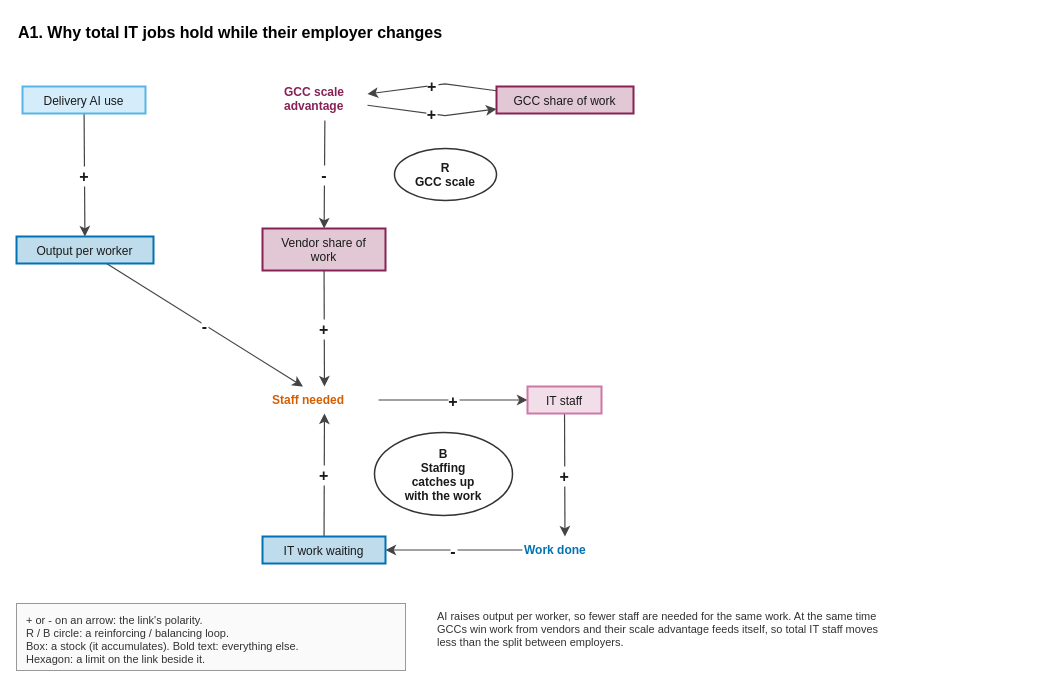
The draw.io diagram docs/model/diagrams/article-a1.drawio in stravoris-tech/ai-it-labour-sim, before the edit. Source tidied: cells renumbered, new cells numbered last; positions are measured from the earlier drawing's top-left corner, leaving out a move shared by most shapes. Both pictures are drawn from the tidied source at 100%, with x=0, y=0 at pixel (16, 16).
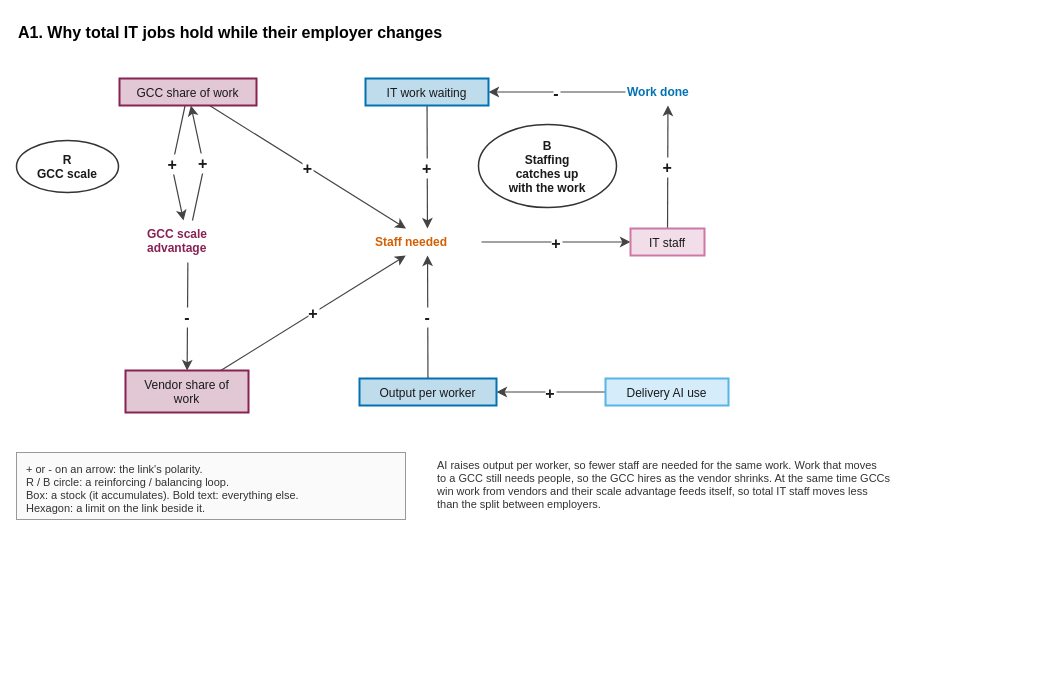
Above is the later version.

What changed in the source:
```diff
@@
     <mxCell id="4" value="+" style="html=0;endArrow=classic;endSize=7;rounded=0;strokeColor=#444444;strokeWidth=1.2;fontFamily=Helvetica;fontSize=16;fontStyle=1;fontColor=#1A1A1A;labelBackgroundColor=#FFFFFF;" parent="1" edge="1" source="14" target="15">
       <mxGeometry relative="1" as="geometry">
         <Array as="points">
-          <mxPoint x="428.5" y="99.2" />
+          <mxPoint x="187.5" y="150.2" />
         </Array>
       </mxGeometry>
     </mxCell>
@@
     <mxCell id="6" value="+" style="html=0;endArrow=classic;endSize=7;rounded=0;strokeColor=#444444;strokeWidth=1.2;fontFamily=Helvetica;fontSize=16;fontStyle=1;fontColor=#1A1A1A;labelBackgroundColor=#FFFFFF;" parent="1" edge="1" source="15" target="14">
       <mxGeometry relative="1" as="geometry">
         <Array as="points">
-          <mxPoint x="428.5" y="67.3" />
+          <mxPoint x="155.5" y="150.2" />
         </Array>
       </mxGeometry>
     </mxCell>
+    <mxCell id="26" value="+" style="html=0;endArrow=classic;endSize=7;rounded=0;strokeColor=#444444;strokeWidth=1.2;fontFamily=Helvetica;fontSize=16;fontStyle=1;fontColor=#1A1A1A;labelBackgroundColor=#FFFFFF;" parent="1" edge="1" source="15" target="16">
+      <mxGeometry relative="1" as="geometry" />
+    </mxCell>
@@
     <mxCell id="12" value="Delivery AI use" style="html=0;fontFamily=Helvetica;fontSize=12;rounded=0;fillColor=#D5ECFA;strokeColor=#56B4E9;strokeWidth=2;fontColor=#1A1A1A;" parent="1" vertex="1">
-      <mxGeometry x="6" y="70" width="123" height="27" as="geometry" />
+      <mxGeometry x="589" y="362" width="123" height="27" as="geometry" />
     </mxCell>
     <mxCell id="13" value="Work done" style="html=0;fontFamily=Helvetica;fontSize=12;text;strokeColor=none;fillColor=none;fontStyle=1;fontColor=#0072B2;" parent="1" vertex="1">
-      <mxGeometry x="506" y="520" width="85" height="27" as="geometry" />
+      <mxGeometry x="609" y="62" width="85" height="27" as="geometry" />
     </mxCell>
     <mxCell id="14" value="GCC scale&#10;advantage" style="html=0;fontFamily=Helvetica;fontSize=12;text;strokeColor=none;fillColor=none;fontStyle=1;fontColor=#882255;" parent="1" vertex="1">
-      <mxGeometry x="266" y="62" width="85" height="42" as="geometry" />
+      <mxGeometry x="129" y="204" width="85" height="42" as="geometry" />
     </mxCell>
     <mxCell id="15" value="GCC share of work" style="html=0;fontFamily=Helvetica;fontSize=12;rounded=0;fillColor=#E1C8D4;strokeColor=#882255;strokeWidth=2;fontColor=#1A1A1A;" parent="1" vertex="1">
-      <mxGeometry x="480" y="70" width="137" height="27" as="geometry" />
+      <mxGeometry x="103" y="62" width="137" height="27" as="geometry" />
     </mxCell>
     <mxCell id="16" value="Staff needed" style="html=0;fontFamily=Helvetica;fontSize=12;text;strokeColor=none;fillColor=none;fontStyle=1;fontColor=#D55E00;" parent="1" vertex="1">
-      <mxGeometry x="254" y="370" width="108" height="27" as="geometry" />
+      <mxGeometry x="357" y="212" width="108" height="27" as="geometry" />
     </mxCell>
     <mxCell id="17" value="Output per worker" style="html=0;fontFamily=Helvetica;fontSize=12;rounded=0;fillColor=#BFDCEC;strokeColor=#0072B2;strokeWidth=2;fontColor=#1A1A1A;" parent="1" vertex="1">
-      <mxGeometry y="220" width="137" height="27" as="geometry" />
+      <mxGeometry x="343" y="362" width="137" height="27" as="geometry" />
     </mxCell>
     <mxCell id="18" value="IT staff" style="html=0;fontFamily=Helvetica;fontSize=12;rounded=0;fillColor=#F2DEE9;strokeColor=#CC79A7;strokeWidth=2;fontColor=#1A1A1A;" parent="1" vertex="1">
-      <mxGeometry x="511" y="370" width="74" height="27" as="geometry" />
+      <mxGeometry x="614" y="212" width="74" height="27" as="geometry" />
     </mxCell>
     <mxCell id="19" value="Vendor share of&#10;work" style="html=0;fontFamily=Helvetica;fontSize=12;rounded=0;fillColor=#E1C8D4;strokeColor=#882255;strokeWidth=2;fontColor=#1A1A1A;" parent="1" vertex="1">
-      <mxGeometry x="246" y="212" width="123" height="42" as="geometry" />
+      <mxGeometry x="109" y="354" width="123" height="42" as="geometry" />
     </mxCell>
     <mxCell id="20" value="IT work waiting" style="html=0;fontFamily=Helvetica;fontSize=12;rounded=0;fillColor=#BFDCEC;strokeColor=#0072B2;strokeWidth=2;fontColor=#1A1A1A;" parent="1" vertex="1">
-      <mxGeometry x="246" y="520" width="123" height="27" as="geometry" />
+      <mxGeometry x="349" y="62" width="123" height="27" as="geometry" />
     </mxCell>
     <mxCell id="21" value="R&#10;GCC scale" style="html=0;fontFamily=Helvetica;fontSize=12;ellipse;fillColor=#FFFFFF;strokeColor=#333333;strokeWidth=1.5;fontStyle=1;fontColor=#1A1A1A;" parent="1" vertex="1">
-      <mxGeometry x="378" y="132" width="102" height="52" as="geometry" />
+      <mxGeometry y="124" width="102" height="52" as="geometry" />
     </mxCell>
     <mxCell id="22" value="B&#10;Staffing&#10;catches up&#10;with the work" style="html=0;fontFamily=Helvetica;fontSize=12;ellipse;fillColor=#FFFFFF;strokeColor=#333333;strokeWidth=1.5;fontStyle=1;fontColor=#1A1A1A;" parent="1" vertex="1">
-      <mxGeometry x="358" y="416" width="138" height="83" as="geometry" />
+      <mxGeometry x="462" y="108" width="138" height="83" as="geometry" />
     </mxCell>
@@
     <mxCell id="24" value="+ or - on an arrow: the link's polarity.&#10;R / B circle: a reinforcing / balancing loop.&#10;Box: a stock (it accumulates). Bold text: everything else.&#10;Hexagon: a limit on the link beside it." style="html=0;fontFamily=Helvetica;fontSize=12;text;align=left;verticalAlign=top;spacingLeft=8;spacingTop=4;fontSize=11;strokeColor=#999999;fillColor=#FAFAFA;fontColor=#333333;" parent="1" vertex="1">
-      <mxGeometry y="587" width="389" height="67" as="geometry" />
+      <mxGeometry y="436" width="389" height="67" as="geometry" />
     </mxCell>
-    <mxCell id="25" value="AI raises output per worker, so fewer staff are needed for the same work. At the same time&#10;GCCs win work from vendors and their scale advantage feeds itself, so total IT staff moves&#10;less than the split between employers." style="html=0;fontFamily=Helvetica;fontSize=12;text;align=left;verticalAlign=top;fontSize=11;strokeColor=none;fillColor=none;fontColor=#333333;" parent="1" vertex="1">
-      <mxGeometry x="419" y="587" width="593" height="54" as="geometry" />
+    <mxCell id="25" value="AI raises output per worker, so fewer staff are needed for the same work. Work that moves&#10;to a GCC still needs people, so the GCC hires as the vendor shrinks. At the same time GCCs&#10;win work from vendors and their scale advantage feeds itself, so total IT staff moves less&#10;than the split between employers." style="html=0;fontFamily=Helvetica;fontSize=12;text;align=left;verticalAlign=top;fontSize=11;strokeColor=none;fillColor=none;fontColor=#333333;" parent="1" vertex="1">
+      <mxGeometry x="419" y="436" width="593" height="67" as="geometry" />
     </mxCell>
```
